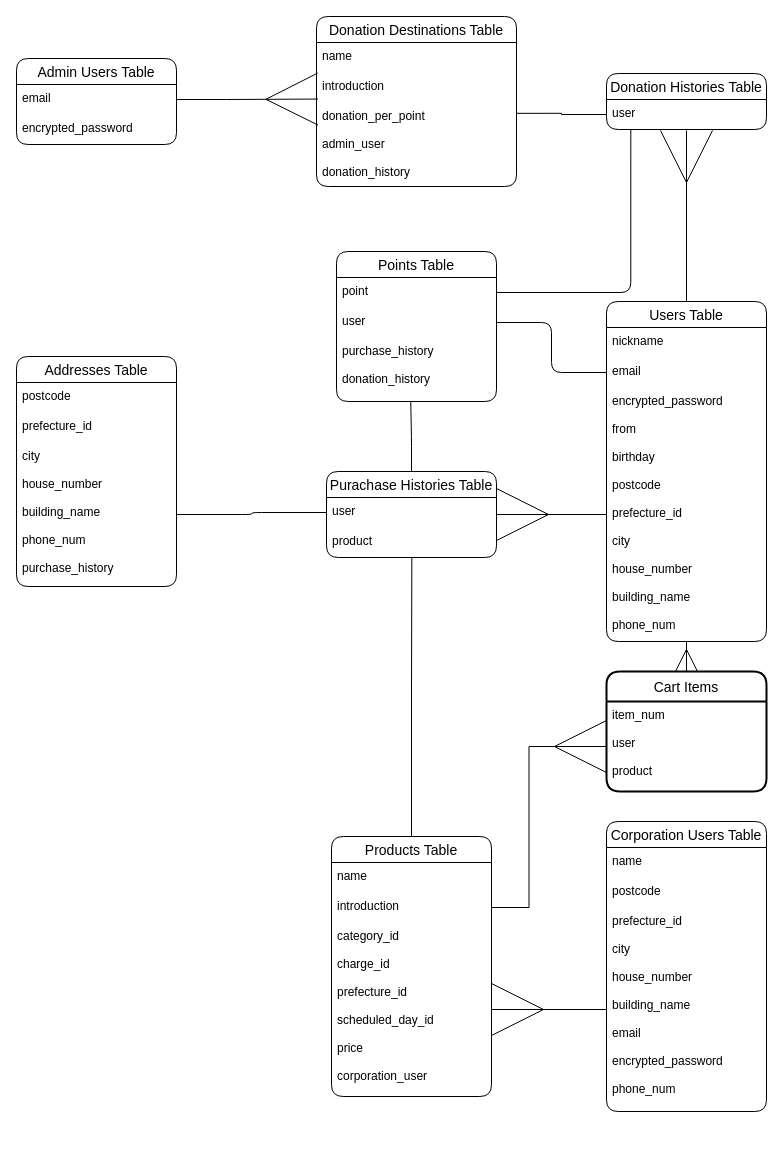
This is sc.dio from nishipee/sc_app, a draw.io file, before an edit. Source tidied: cells renumbered, new cells numbered last; positions are measured from the earlier drawing's top-left corner, leaving out a move shared by most shapes. Both pictures are drawn from the tidied source at 100%, with x=0, y=0 at pixel (16, 16).
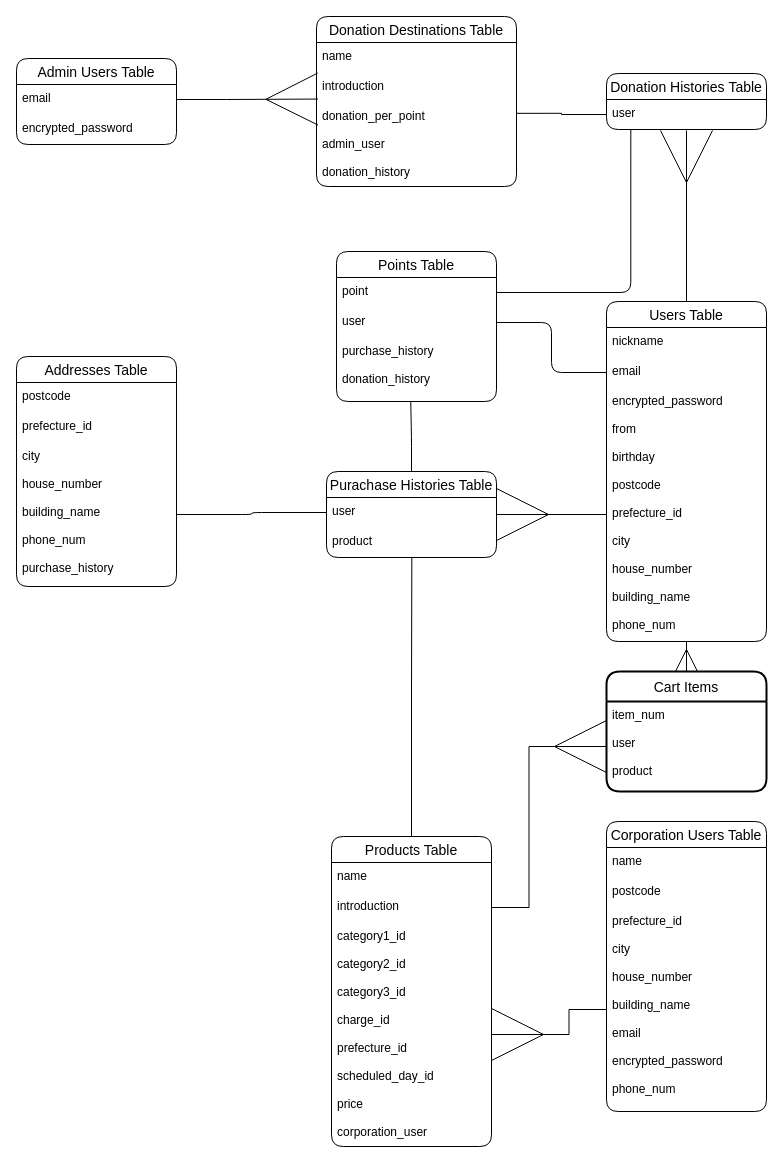
The same page after the edit.

What changed in the source:
```diff
@@
     <mxCell id="12" value="Products Table" style="swimlane;fontStyle=0;horizontal=1;startSize=26;align=center;fontSize=14;rounded=1;" parent="1" vertex="1">
-      <mxGeometry x="315" y="820" width="160" height="260" as="geometry" />
+      <mxGeometry x="315" y="820" width="160" height="310" as="geometry" />
     </mxCell>
@@
-    <mxCell id="15" value="category_id&#10;&#10;charge_id&#10;&#10;prefecture_id&#10;&#10;scheduled_day_id&#10;&#10;price&#10;&#10;corporation_user" style="text;strokeColor=none;fillColor=none;spacingLeft=4;spacingRight=4;overflow=hidden;points=[[0,0.5],[1,0.5]];portConstraint=eastwest;fontSize=12;" parent="12" vertex="1">
-      <mxGeometry y="86" width="160" height="174" as="geometry" />
+    <mxCell id="15" value="category1_id&#10;&#10;category2_id&#10;&#10;category3_id&#10;&#10;charge_id&#10;&#10;prefecture_id&#10;&#10;scheduled_day_id&#10;&#10;price&#10;&#10;corporation_user" style="text;strokeColor=none;fillColor=none;spacingLeft=4;spacingRight=4;overflow=hidden;points=[[0,0.5],[1,0.5]];portConstraint=eastwest;fontSize=12;" parent="12" vertex="1">
+      <mxGeometry y="86" width="160" height="224" as="geometry" />
     </mxCell>
```
